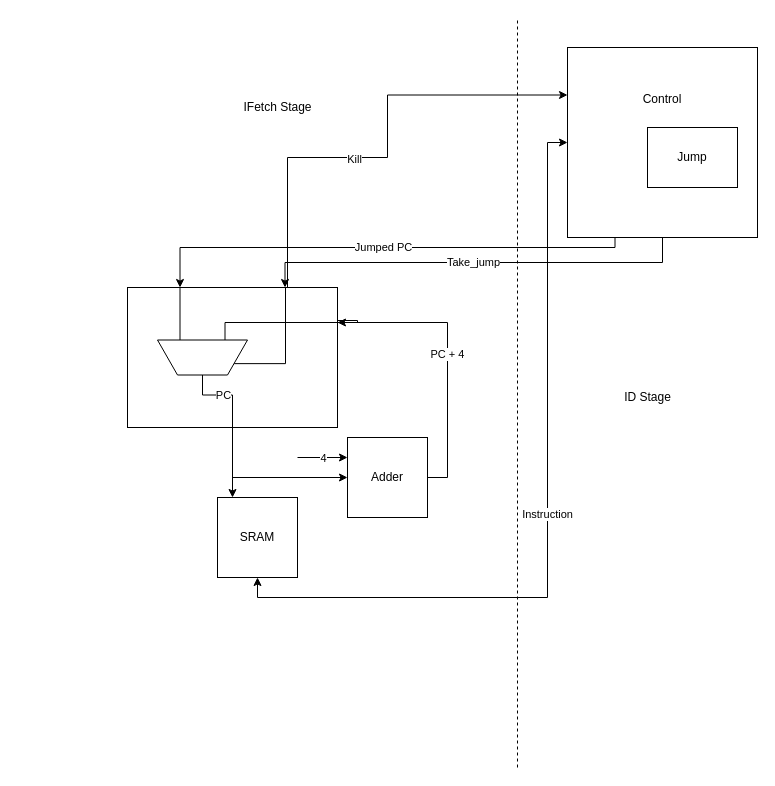
Before: PC.drawio in jtschuster/dlxcapstone, a draw.io diagram. Source tidied: cells renumbered, new cells numbered last; positions are measured from the earlier drawing's top-left corner, leaving out a move shared by most shapes. Both pictures are drawn from the tidied source at 100%, with x=0, y=0 at pixel (127, 17).
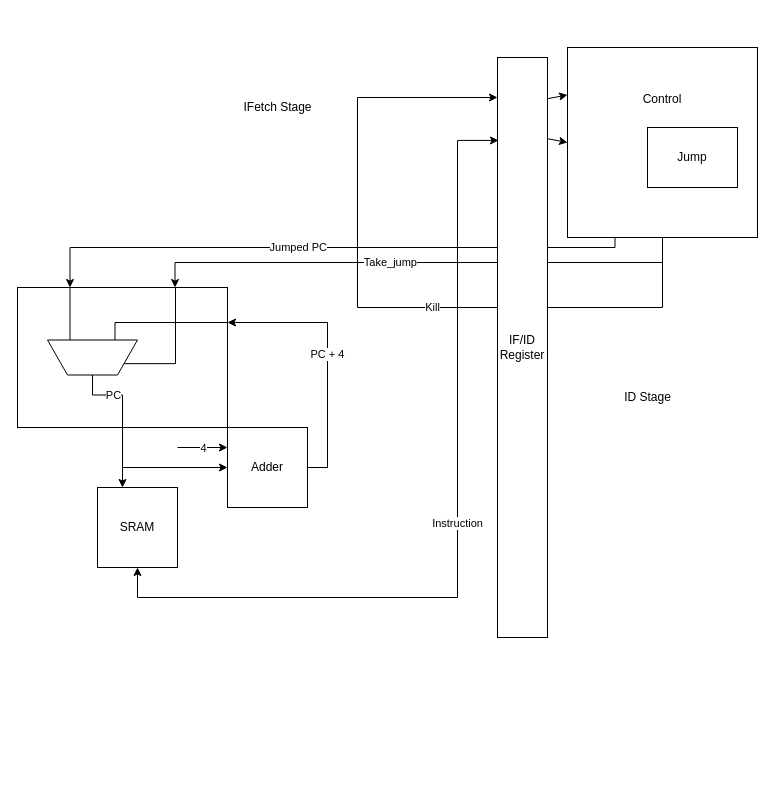
Above is the later version.

The change refers to these unchanged cells:
```xml
<mxCell id="4" style="rounded=0;whiteSpace=wrap;html=1;" parent="2" vertex="1">
  <mxGeometry width="210" height="140" as="geometry" />
</mxCell>
<mxCell id="8" style="shape=trapezoid;perimeter=trapezoidPerimeter;whiteSpace=wrap;html=1;fixedSize=1;rotation=-180;" parent="2" vertex="1">
  <mxGeometry x="30" y="52.5" width="90" height="35" as="geometry" />
</mxCell>
<mxCell id="15" value="&lt;div&gt;Control&lt;/div&gt;&lt;div&gt;&lt;br&gt;&lt;/div&gt;&lt;div&gt;&lt;br&gt;&lt;/div&gt;&lt;div&gt;&lt;br&gt;&lt;/div&gt;&lt;div&gt;&lt;br&gt;&lt;/div&gt;&lt;div&gt;&lt;br&gt;&lt;/div&gt;&lt;div&gt;&lt;br&gt;&lt;/div&gt;" style="whiteSpace=wrap;html=1;" parent="14" vertex="1">
  <mxGeometry width="190" height="190" as="geometry" />
</mxCell>
```

Diff of the diagram source:
```diff
@@
     <mxCell id="2" style="group;" parent="1" vertex="1">
-      <mxGeometry y="270" width="210" height="140" as="geometry" />
+      <mxGeometry x="-110" y="270" width="210" height="140" as="geometry" />
     </mxCell>
-    <mxCell id="3" style="edgeStyle=orthogonalEdgeStyle;rounded=0;jettySize=auto;html=1;exitX=1;exitY=0.25;exitDx=0;exitDy=0;entryX=0.25;entryY=1;entryDx=0;entryDy=0;endArrow=none;endFill=0;elbow=vertical;" parent="2" edge="1" source="4" target="8">
+    <mxCell id="3" style="edgeStyle=elbowEdgeStyle;rounded=0;jettySize=auto;html=1;exitX=1;exitY=0.25;exitDx=0;exitDy=0;entryX=0.25;entryY=1;entryDx=0;entryDy=0;endArrow=none;endFill=0;" parent="2" edge="1" source="4" target="8">
       <mxGeometry relative="1" as="geometry">
         <Array as="points">
-          <mxPoint x="230" y="35" />
-          <mxPoint x="230" y="33" />
-          <mxPoint x="98" y="33" />
+          <mxPoint x="130" y="10" />
         </Array>
       </mxGeometry>
     </mxCell>
@@
-    <mxCell id="10" value="&lt;div&gt;Jumped PC&lt;/div&gt;" style="edgeStyle=orthogonalEdgeStyle;rounded=0;jettySize=auto;html=1;exitX=0.25;exitY=0;exitDx=0;exitDy=0;entryX=0.25;entryY=1;entryDx=0;entryDy=0;endArrow=none;endFill=0;startArrow=classic;startFill=1;" parent="1" edge="1" source="4" target="15">
+    <mxCell id="10" value="&lt;div&gt;Jumped PC&lt;/div&gt;" style="edgeStyle=orthogonalEdgeStyle;rounded=0;jettySize=auto;html=1;exitX=0.25;exitY=0;exitDx=0;exitDy=0;entryX=0.25;entryY=1;entryDx=0;entryDy=0;endArrow=none;endFill=0;startArrow=classic;startFill=1;labelPosition=left;verticalLabelPosition=middle;align=right;verticalAlign=middle;" parent="1" edge="1" source="4" target="15">
       <mxGeometry relative="1" as="geometry">
         <Array as="points">
-          <mxPoint x="53" y="230" />
+          <mxPoint x="-57" y="230" />
           <mxPoint x="488" y="230" />
         </Array>
       </mxGeometry>
     </mxCell>
@@
-    <mxCell id="12" value="Instruction" style="edgeStyle=orthogonalEdgeStyle;rounded=0;jettySize=auto;html=1;exitX=0.5;exitY=1;exitDx=0;exitDy=0;entryX=0;entryY=0.5;entryDx=0;entryDy=0;startArrow=classic;startFill=1;endArrow=classic;endFill=1;strokeColor=#000000;" parent="1" edge="1" source="13" target="15">
-      <mxGeometry relative="1" as="geometry">
-        <Array as="points">
-          <mxPoint x="130" y="580" />
-          <mxPoint x="420" y="580" />
-          <mxPoint x="420" y="125" />
-        </Array>
-      </mxGeometry>
-    </mxCell>
     <mxCell id="13" value="&lt;div&gt;SRAM&lt;/div&gt;" style="whiteSpace=wrap;html=1;" parent="1" vertex="1">
-      <mxGeometry x="90" y="480" width="80" height="80" as="geometry" />
+      <mxGeometry x="-30" y="470" width="80" height="80" as="geometry" />
     </mxCell>
@@
-    <mxCell id="17" value="&lt;div&gt;Take_jump&lt;/div&gt;" style="edgeStyle=orthogonalEdgeStyle;rounded=0;jettySize=auto;html=1;exitX=0.5;exitY=1;exitDx=0;exitDy=0;entryX=0.75;entryY=0;entryDx=0;entryDy=0;endArrow=classic;endFill=1;startArrow=none;startFill=0;" parent="1" edge="1" source="15" target="4">
-      <mxGeometry relative="1" as="geometry" />
+    <mxCell id="17" value="&lt;div&gt;Take_jump&lt;/div&gt;" style="edgeStyle=orthogonalEdgeStyle;rounded=0;jettySize=auto;html=1;exitX=0.5;exitY=1;exitDx=0;exitDy=0;entryX=0.75;entryY=0;entryDx=0;entryDy=0;endArrow=classic;endFill=1;startArrow=none;startFill=0;labelPosition=left;verticalLabelPosition=middle;align=right;verticalAlign=middle;" parent="1" edge="1" source="15" target="4">
+      <mxGeometry relative="1" as="geometry">
+        <Array as="points">
+          <mxPoint x="535" y="245" />
+          <mxPoint x="48" y="245" />
+        </Array>
+      </mxGeometry>
     </mxCell>
     <mxCell id="18" value="&lt;div&gt;4&lt;/div&gt;" style="edgeStyle=orthogonalEdgeStyle;rounded=0;jettySize=auto;html=1;exitX=0;exitY=0.25;exitDx=0;exitDy=0;endArrow=none;endFill=0;startArrow=classic;startFill=1;" parent="1" edge="1" source="21">
       <mxGeometry relative="1" as="geometry">
-        <mxPoint x="170" y="440" as="targetPoint" />
+        <mxPoint x="50" y="430" as="targetPoint" />
       </mxGeometry>
     </mxCell>
@@
-    <mxCell id="20" value="&lt;div&gt;PC + 4&lt;/div&gt;" style="edgeStyle=orthogonalEdgeStyle;rounded=0;jettySize=auto;html=1;exitX=1;exitY=0.5;exitDx=0;exitDy=0;entryX=1;entryY=0.25;entryDx=0;entryDy=0;endArrow=classic;endFill=1;" parent="1" edge="1" source="21" target="4">
-      <mxGeometry relative="1" as="geometry" />
+    <mxCell id="20" value="&lt;div&gt;PC + 4&lt;/div&gt;" style="edgeStyle=orthogonalEdgeStyle;rounded=0;jettySize=auto;html=1;exitX=1;exitY=0.5;exitDx=0;exitDy=0;endArrow=classic;endFill=1;entryX=1;entryY=0.25;entryDx=0;entryDy=0;" parent="1" edge="1" source="21" target="4">
+      <mxGeometry relative="1" as="geometry">
+        <Array as="points">
+          <mxPoint x="200" y="450" />
+          <mxPoint x="200" y="305" />
+        </Array>
+      </mxGeometry>
     </mxCell>
     <mxCell id="21" value="Adder" style="whiteSpace=wrap;html=1;" parent="1" vertex="1">
-      <mxGeometry x="220" y="420" width="80" height="80" as="geometry" />
+      <mxGeometry x="100" y="410" width="80" height="80" as="geometry" />
     </mxCell>
-    <mxCell id="22" style="endArrow=none;dashed=1;html=1;" parent="1" edge="1">
-      <mxGeometry relative="1" as="geometry">
-        <mxPoint x="390" y="750" as="sourcePoint" />
-        <mxPoint x="390" as="targetPoint" />
-      </mxGeometry>
-    </mxCell>
@@
-    <mxCell id="25" style="endArrow=classic;html=1;entryX=0;entryY=0.25;entryDx=0;entryDy=0;edgeStyle=orthogonalEdgeStyle;endFill=1;rounded=0;" parent="1" edge="1" target="15">
+    <mxCell id="25" style="endArrow=classic;html=1;edgeStyle=orthogonalEdgeStyle;endFill=1;rounded=0;exitX=0.5;exitY=1;exitDx=0;exitDy=0;labelPosition=center;verticalLabelPosition=middle;align=center;verticalAlign=middle;spacingRight=0;" parent="1" edge="1" source="15" target="28">
       <mxGeometry relative="1" as="geometry">
-        <mxPoint x="160" y="270" as="sourcePoint" />
         <Array as="points">
-          <mxPoint x="160" y="140" />
-          <mxPoint x="260" y="140" />
-          <mxPoint x="260" y="78" />
+          <mxPoint x="535" y="290" />
+          <mxPoint x="230" y="290" />
+          <mxPoint x="230" y="80" />
         </Array>
       </mxGeometry>
     </mxCell>
-    <mxCell id="26" value="&lt;div&gt;Kill&lt;/div&gt;" style="edgeLabel;html=1;align=center;verticalAlign=middle;" parent="25" vertex="1">
+    <mxCell id="26" value="Kill" style="edgeLabel;html=1;align=center;verticalAlign=middle;" parent="25" vertex="1">
       <mxGeometry x="-0.17" y="-1" relative="1" as="geometry" />
     </mxCell>
+    <mxCell id="27" style="rounded=0;jettySize=auto;html=1;exitX=1;exitY=0.14;exitDx=0;exitDy=0;startArrow=none;startFill=0;endArrow=classic;endFill=1;strokeColor=#000000;exitPerimeter=0;" parent="1" edge="1" source="28">
+      <mxGeometry relative="1" as="geometry">
+        <mxPoint x="440" y="125" as="targetPoint" />
+      </mxGeometry>
+    </mxCell>
+    <mxCell id="28" value="IF/ID Register" style="rounded=0;whiteSpace=wrap;html=1;" parent="1" vertex="1">
+      <mxGeometry x="370" y="40" width="50" height="580" as="geometry" />
+    </mxCell>
+    <mxCell id="29" style="endArrow=classic;html=1;strokeColor=#000000;exitX=1;exitY=0.071;exitDx=0;exitDy=0;exitPerimeter=0;entryX=0;entryY=0.25;entryDx=0;entryDy=0;" parent="1" edge="1" source="28" target="15">
+      <mxGeometry relative="1" as="geometry" />
+    </mxCell>
+    <mxCell id="12" value="Instruction" style="edgeStyle=orthogonalEdgeStyle;rounded=0;jettySize=auto;html=1;exitX=0.5;exitY=1;exitDx=0;exitDy=0;startArrow=classic;startFill=1;endArrow=classic;endFill=1;strokeColor=#000000;entryX=0.02;entryY=0.143;entryDx=0;entryDy=0;entryPerimeter=0;" parent="1" edge="1" source="13" target="28">
+      <mxGeometry relative="1" as="geometry">
+        <Array as="points">
+          <mxPoint x="10" y="580" />
+          <mxPoint x="330" y="580" />
+          <mxPoint x="330" y="123" />
+        </Array>
+      </mxGeometry>
+    </mxCell>
```
